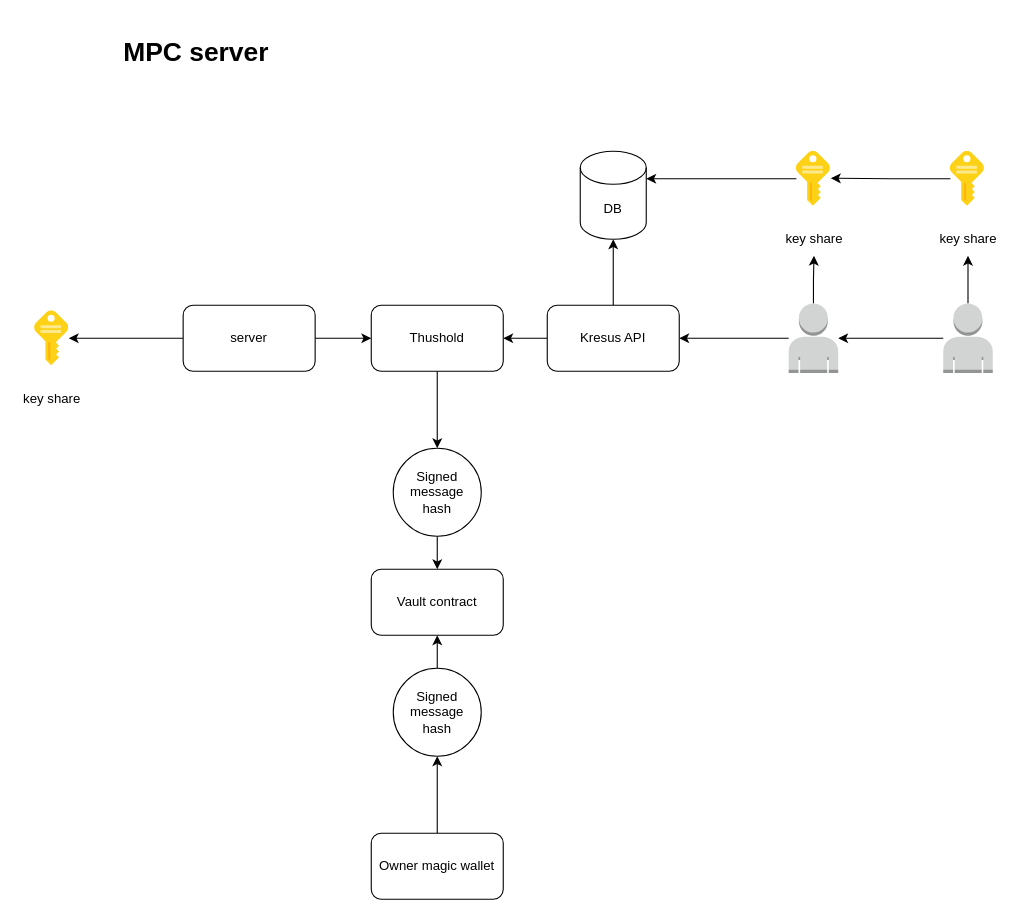
The draw.io diagram kresus_mpc.drawio in ali-05-ahmed/Concept-Diagrams, before the edit. Source tidied: cells renumbered, new cells numbered last; positions are measured from the earlier drawing's top-left corner, leaving out a move shared by most shapes. Both pictures are drawn from the tidied source at 110%, with x=0, y=0 at pixel (19, 30).
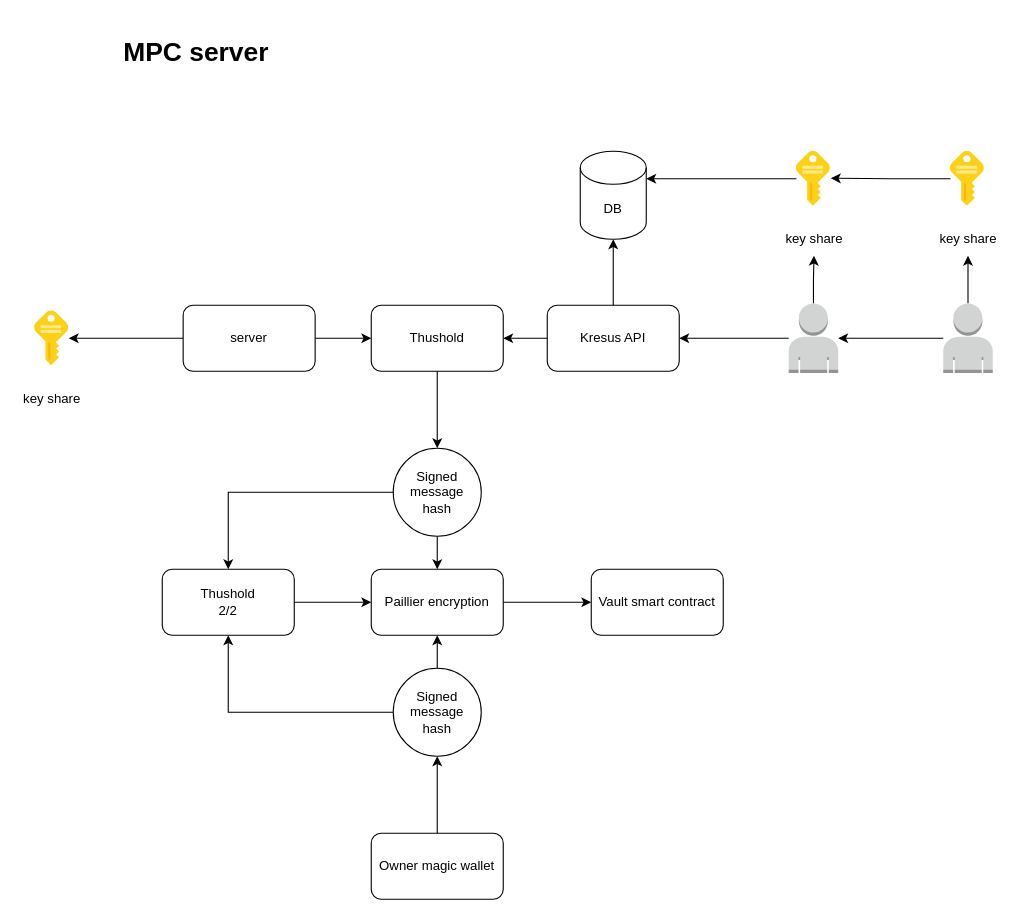
After the change.

Unchanged cells that the change refers to:
```xml
<mxCell id="15" value="Signed message hash" style="ellipse;whiteSpace=wrap;html=1;rounded=1;" parent="1" vertex="1">
  <mxGeometry x="340" y="380" width="80" height="80" as="geometry" />
</mxCell>
<mxCell id="31" value="Signed message hash" style="ellipse;whiteSpace=wrap;html=1;rounded=1;" parent="1" vertex="1">
  <mxGeometry x="340" y="580" width="80" height="80" as="geometry" />
</mxCell>
```

Diff of the diagram source:
```diff
@@
+    <mxCell id="33" style="edgeStyle=orthogonalEdgeStyle;rounded=0;jettySize=auto;html=1;" parent="1" edge="1" source="15" target="38">
+      <mxGeometry relative="1" as="geometry" />
+    </mxCell>
@@
+    <mxCell id="34" style="edgeStyle=orthogonalEdgeStyle;rounded=0;jettySize=auto;html=1;entryX=0.5;entryY=1;entryDx=0;entryDy=0;" parent="1" edge="1" source="31" target="38">
+      <mxGeometry relative="1" as="geometry" />
+    </mxCell>
@@
+    <mxCell id="35" style="edgeStyle=orthogonalEdgeStyle;rounded=0;jettySize=auto;html=1;" parent="1" edge="1" source="32" target="36">
+      <mxGeometry relative="1" as="geometry" />
+    </mxCell>
-    <mxCell id="32" value="Vault contract" style="rounded=1;whiteSpace=wrap;html=1;" parent="1" vertex="1">
+    <mxCell id="32" value="Paillier encryption" style="rounded=1;whiteSpace=wrap;html=1;" parent="1" vertex="1">
       <mxGeometry x="320" y="490" width="120" height="60" as="geometry" />
     </mxCell>
+    <mxCell id="36" value="Vault smart contract" style="whiteSpace=wrap;html=1;rounded=1;" parent="1" vertex="1">
+      <mxGeometry x="520" y="490" width="120" height="60" as="geometry" />
+    </mxCell>
+    <mxCell id="37" style="edgeStyle=orthogonalEdgeStyle;rounded=0;jettySize=auto;html=1;" parent="1" edge="1" source="38" target="32">
+      <mxGeometry relative="1" as="geometry" />
+    </mxCell>
+    <mxCell id="38" value="Thushold&lt;br&gt;2/2" style="rounded=1;whiteSpace=wrap;html=1;" parent="1" vertex="1">
+      <mxGeometry x="130" y="490" width="120" height="60" as="geometry" />
+    </mxCell>
```
